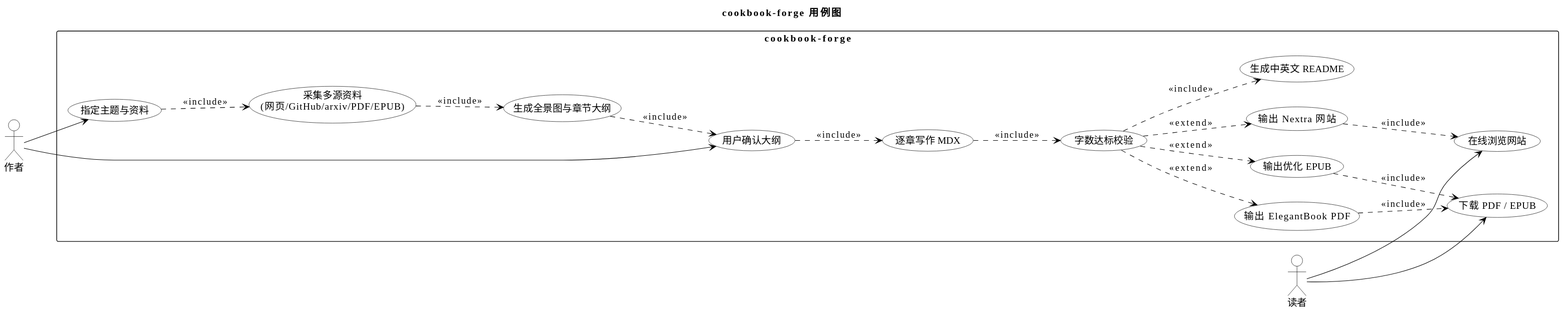
Above: assets/diagrams/usecase-cn.svg in samonysh/cookbook-forge (PlantUML), before the change.
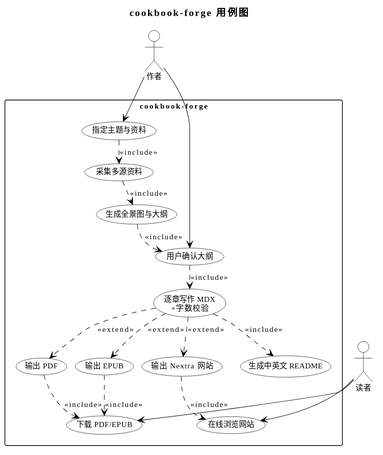
After the change.

The edit, as a diff of the source:
```diff
@@ -12,43 +12,50 @@
 skinparam RectangleBorderColor #000000
 skinparam ArrowColor #000000
 skinparam ArrowThickness 0.75
+skinparam defaultFontSize 11
+skinparam nodesep 12
+skinparam ranksep 20
 
 title cookbook-forge 用例图
 
-left to right direction
+top to bottom direction
 
-actor 作者
-actor 读者
+actor 作者 as AUTHOR
+actor 读者 as READER
 
 rectangle "cookbook-forge" {
   usecase "指定主题与资料" as UC0
-  usecase "采集多源资料\n(网页/GitHub/arxiv/PDF/EPUB)" as UC1
-  usecase "生成全景图与章节大纲" as UC2
+  usecase "采集多源资料" as UC1
+  usecase "生成全景图与大纲" as UC2
   usecase "用户确认大纲" as UC3
-  usecase "逐章写作 MDX" as UC4
-  usecase "字数达标校验" as UC5
-  usecase "输出 ElegantBook PDF" as UC6
+  usecase "逐章写作 MDX\n+字数校验" as UC4
+  usecase "输出 PDF" as UC6
   usecase "输出 Nextra 网站" as UC7
-  usecase "输出优化 EPUB" as UC8
+  usecase "输出 EPUB" as UC8
   usecase "生成中英文 README" as UC9
   usecase "在线浏览网站" as UC10
-  usecase "下载 PDF / EPUB" as UC11
+  usecase "下载 PDF/EPUB" as UC11
 }
 
-作者 --> UC0
-作者 --> UC3
+AUTHOR --> UC0
+AUTHOR --> UC3
 UC0 ..> UC1 : <<include>>
 UC1 ..> UC2 : <<include>>
 UC2 ..> UC3 : <<include>>
 UC3 ..> UC4 : <<include>>
-UC4 ..> UC5 : <<include>>
-UC5 ..> UC6 : <<extend>>
-UC5 ..> UC7 : <<extend>>
-UC5 ..> UC8 : <<extend>>
-UC5 ..> UC9 : <<include>>
+UC4 ..> UC6 : <<extend>>
+UC4 ..> UC7 : <<extend>>
+UC4 ..> UC8 : <<extend>>
+UC4 ..> UC9 : <<include>>
 UC7 ..> UC10 : <<include>>
 UC6 ..> UC11 : <<include>>
 UC8 ..> UC11 : <<include>>
-读者 --> UC10
-读者 --> UC11
+READER --> UC10
+READER --> UC11
+
+UC0 -[hidden]down- UC6
+UC1 -[hidden]down- UC7
+UC2 -[hidden]down- UC8
+UC3 -[hidden]down- UC9
+UC4 -[hidden]down- UC10
 @enduml
```
